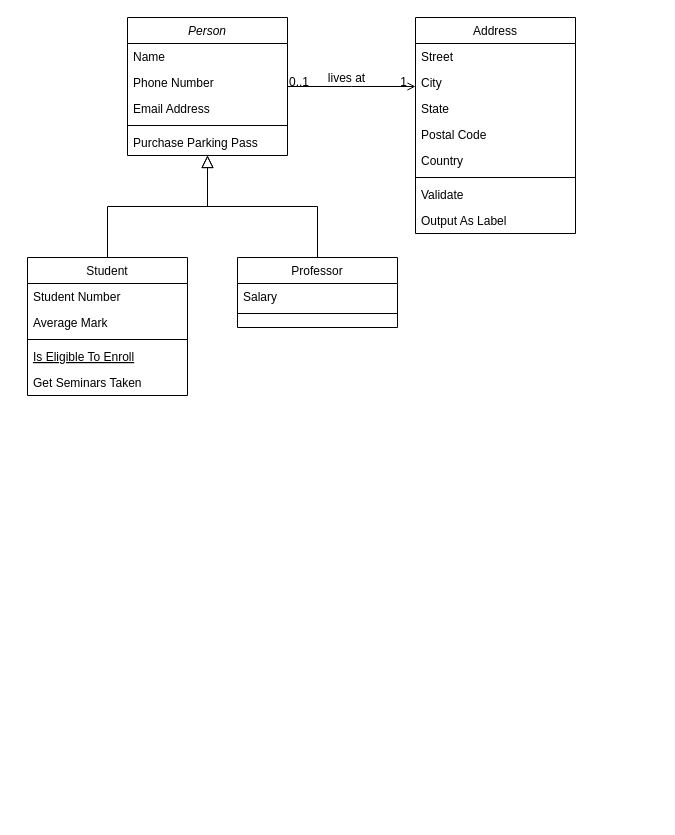
Anilsarraf/again-test keeps this draw.io diagram as Untitled Diagram.drawio. Above is the earlier version. Source tidied: cells renumbered, new cells numbered last; positions are measured from the earlier drawing's top-left corner, leaving out a move shared by most shapes. Both pictures are drawn from the tidied source at 100%, with x=0, y=0 at pixel (27, 17).
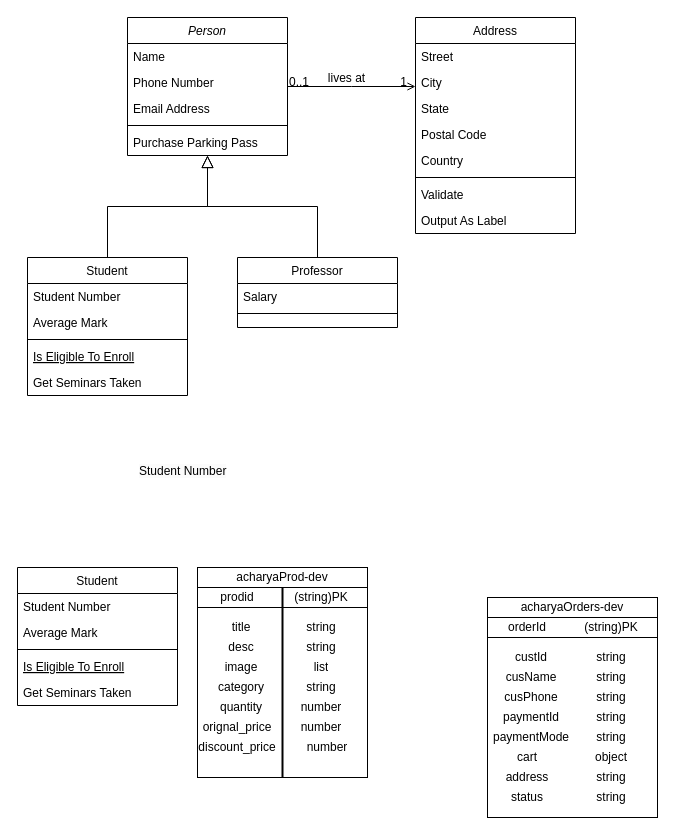
The same page after the edit.

Diff of the diagram source:
```diff
@@
+    <mxCell id="32" value="Student" style="swimlane;fontStyle=0;align=center;verticalAlign=top;horizontal=1;startSize=26;rounded=0;shadow=0;strokeWidth=1;" parent="1" vertex="1">
+      <mxGeometry x="-10" y="550" width="160" height="138" as="geometry" />
+    </mxCell>
+    <mxCell id="33" value="Student Number" style="text;align=left;verticalAlign=top;spacingLeft=4;spacingRight=4;overflow=hidden;" parent="32" vertex="1">
+      <mxGeometry y="26" width="160" height="26" as="geometry" />
+    </mxCell>
+    <mxCell id="34" value="Average Mark" style="text;align=left;verticalAlign=top;spacingLeft=4;spacingRight=4;overflow=hidden;rounded=0;shadow=0;html=0;" parent="32" vertex="1">
+      <mxGeometry y="52" width="160" height="26" as="geometry" />
+    </mxCell>
+    <mxCell id="35" style="line;html=1;strokeWidth=1;align=left;verticalAlign=middle;spacingTop=-1;spacingLeft=3;spacingRight=3;labelPosition=right;" parent="32" vertex="1">
+      <mxGeometry y="78" width="160" height="8" as="geometry" />
+    </mxCell>
+    <mxCell id="36" value="Is Eligible To Enroll" style="text;align=left;verticalAlign=top;spacingLeft=4;spacingRight=4;overflow=hidden;fontStyle=4;" parent="32" vertex="1">
+      <mxGeometry y="86" width="160" height="26" as="geometry" />
+    </mxCell>
+    <mxCell id="37" value="Get Seminars Taken" style="text;align=left;verticalAlign=top;spacingLeft=4;spacingRight=4;overflow=hidden;" parent="32" vertex="1">
+      <mxGeometry y="112" width="160" height="26" as="geometry" />
+    </mxCell>
+    <mxCell id="38" value="acharyaProd-dev" style="rounded=0;whiteSpace=wrap;html=1;" parent="1" vertex="1">
+      <mxGeometry x="170" y="550" width="170" height="20" as="geometry" />
+    </mxCell>
+    <mxCell id="39" style="rounded=0;whiteSpace=wrap;html=1;" parent="1" vertex="1">
+      <mxGeometry x="170" y="570" width="170" height="20" as="geometry" />
+    </mxCell>
+    <mxCell id="40" style="edgeStyle=orthogonalEdgeStyle;rounded=0;orthogonalLoop=1;jettySize=auto;html=1;exitX=0.5;exitY=1;exitDx=0;exitDy=0;" parent="1" edge="1" source="39" target="39">
+      <mxGeometry relative="1" as="geometry" />
+    </mxCell>
+    <mxCell id="41" style="rounded=0;whiteSpace=wrap;html=1;" parent="1" vertex="1">
+      <mxGeometry x="170" y="590" width="170" height="170" as="geometry" />
+    </mxCell>
+    <mxCell id="42" style="line;strokeWidth=2;direction=south;html=1;" parent="1" vertex="1">
+      <mxGeometry x="250" y="570" width="10" height="190" as="geometry" />
+    </mxCell>
+    <mxCell id="43" value="&lt;span style=&quot;color: rgb(0, 0, 0); font-family: Helvetica; font-size: 12px; font-style: normal; font-variant-ligatures: normal; font-variant-caps: normal; font-weight: 400; letter-spacing: normal; orphans: 2; text-align: left; text-indent: 0px; text-transform: none; widows: 2; word-spacing: 0px; -webkit-text-stroke-width: 0px; background-color: rgb(251, 251, 251); text-decoration-thickness: initial; text-decoration-style: initial; text-decoration-color: initial; float: none; display: inline !important;&quot;&gt;Student Number&lt;/span&gt;" style="text;whiteSpace=wrap;html=1;" parent="1" vertex="1">
+      <mxGeometry x="110" y="440" width="120" height="40" as="geometry" />
+    </mxCell>
+    <mxCell id="44" value="prodid" style="text;html=1;strokeColor=none;fillColor=none;align=center;verticalAlign=middle;whiteSpace=wrap;overflow=hidden;" parent="1" vertex="1">
+      <mxGeometry x="170" y="570" width="80" height="20" as="geometry" />
+    </mxCell>
+    <mxCell id="45" value="(string)PK" style="text;html=1;strokeColor=none;fillColor=none;align=center;verticalAlign=middle;whiteSpace=wrap;overflow=hidden;" parent="1" vertex="1">
+      <mxGeometry x="254" y="570" width="80" height="20" as="geometry" />
+    </mxCell>
+    <mxCell id="46" value="quantity" style="text;html=1;strokeColor=none;fillColor=none;align=center;verticalAlign=middle;whiteSpace=wrap;overflow=hidden;" parent="1" vertex="1">
+      <mxGeometry x="174" y="680" width="80" height="20" as="geometry" />
+    </mxCell>
+    <mxCell id="47" value="category" style="text;html=1;strokeColor=none;fillColor=none;align=center;verticalAlign=middle;whiteSpace=wrap;overflow=hidden;" parent="1" vertex="1">
+      <mxGeometry x="174" y="660" width="80" height="20" as="geometry" />
+    </mxCell>
+    <mxCell id="48" value="image" style="text;html=1;strokeColor=none;fillColor=none;align=center;verticalAlign=middle;whiteSpace=wrap;overflow=hidden;" parent="1" vertex="1">
+      <mxGeometry x="174" y="640" width="80" height="20" as="geometry" />
+    </mxCell>
+    <mxCell id="49" value="desc" style="text;html=1;strokeColor=none;fillColor=none;align=center;verticalAlign=middle;whiteSpace=wrap;overflow=hidden;" parent="1" vertex="1">
+      <mxGeometry x="174" y="620" width="80" height="20" as="geometry" />
+    </mxCell>
+    <mxCell id="50" value="title" style="text;html=1;strokeColor=none;fillColor=none;align=center;verticalAlign=middle;whiteSpace=wrap;overflow=hidden;" parent="1" vertex="1">
+      <mxGeometry x="174" y="600" width="80" height="20" as="geometry" />
+    </mxCell>
+    <mxCell id="51" value="string" style="text;html=1;strokeColor=none;fillColor=none;align=center;verticalAlign=middle;whiteSpace=wrap;overflow=hidden;" parent="1" vertex="1">
+      <mxGeometry x="254" y="600" width="80" height="20" as="geometry" />
+    </mxCell>
+    <mxCell id="52" value="string" style="text;html=1;strokeColor=none;fillColor=none;align=center;verticalAlign=middle;whiteSpace=wrap;overflow=hidden;" parent="1" vertex="1">
+      <mxGeometry x="254" y="620" width="80" height="20" as="geometry" />
+    </mxCell>
+    <mxCell id="53" value="list" style="text;html=1;strokeColor=none;fillColor=none;align=center;verticalAlign=middle;whiteSpace=wrap;overflow=hidden;" parent="1" vertex="1">
+      <mxGeometry x="254" y="640" width="80" height="20" as="geometry" />
+    </mxCell>
+    <mxCell id="54" value="string" style="text;html=1;strokeColor=none;fillColor=none;align=center;verticalAlign=middle;whiteSpace=wrap;overflow=hidden;" parent="1" vertex="1">
+      <mxGeometry x="254" y="660" width="80" height="20" as="geometry" />
+    </mxCell>
+    <mxCell id="55" value="number" style="text;html=1;strokeColor=none;fillColor=none;align=center;verticalAlign=middle;whiteSpace=wrap;overflow=hidden;" parent="1" vertex="1">
+      <mxGeometry x="254" y="680" width="80" height="20" as="geometry" />
+    </mxCell>
+    <mxCell id="56" value="orignal_price" style="text;html=1;strokeColor=none;fillColor=none;align=center;verticalAlign=middle;whiteSpace=wrap;overflow=hidden;" parent="1" vertex="1">
+      <mxGeometry x="170" y="700" width="80" height="20" as="geometry" />
+    </mxCell>
+    <mxCell id="57" value="number" style="text;html=1;strokeColor=none;fillColor=none;align=center;verticalAlign=middle;whiteSpace=wrap;overflow=hidden;" parent="1" vertex="1">
+      <mxGeometry x="254" y="700" width="80" height="20" as="geometry" />
+    </mxCell>
+    <mxCell id="58" value="discount_price" style="text;html=1;strokeColor=none;fillColor=none;align=center;verticalAlign=middle;whiteSpace=wrap;overflow=hidden;" parent="1" vertex="1">
+      <mxGeometry x="170" y="720" width="80" height="20" as="geometry" />
+    </mxCell>
+    <mxCell id="59" value="number" style="text;html=1;strokeColor=none;fillColor=none;align=center;verticalAlign=middle;whiteSpace=wrap;overflow=hidden;" parent="1" vertex="1">
+      <mxGeometry x="260" y="720" width="80" height="20" as="geometry" />
+    </mxCell>
+    <mxCell id="60" value="acharyaOrders-dev" style="rounded=0;whiteSpace=wrap;html=1;" parent="1" vertex="1">
+      <mxGeometry x="460" y="580" width="170" height="20" as="geometry" />
+    </mxCell>
+    <mxCell id="61" style="rounded=0;whiteSpace=wrap;html=1;" parent="1" vertex="1">
+      <mxGeometry x="460" y="600" width="170" height="20" as="geometry" />
+    </mxCell>
+    <mxCell id="62" style="edgeStyle=orthogonalEdgeStyle;rounded=0;orthogonalLoop=1;jettySize=auto;html=1;exitX=0.5;exitY=1;exitDx=0;exitDy=0;" parent="1" edge="1" source="61" target="61">
+      <mxGeometry relative="1" as="geometry" />
+    </mxCell>
+    <mxCell id="63" style="rounded=0;whiteSpace=wrap;html=1;" parent="1" vertex="1">
+      <mxGeometry x="460" y="620" width="170" height="180" as="geometry" />
+    </mxCell>
+    <mxCell id="64" style="line;strokeWidth=2;direction=south;html=1;" parent="1" vertex="1">
+      <mxGeometry x="550" y="600" height="190" as="geometry" />
+    </mxCell>
+    <mxCell id="65" value="orderId" style="text;html=1;strokeColor=none;fillColor=none;align=center;verticalAlign=middle;whiteSpace=wrap;overflow=hidden;" parent="1" vertex="1">
+      <mxGeometry x="460" y="600" width="80" height="20" as="geometry" />
+    </mxCell>
+    <mxCell id="66" value="(string)PK" style="text;html=1;strokeColor=none;fillColor=none;align=center;verticalAlign=middle;whiteSpace=wrap;overflow=hidden;" parent="1" vertex="1">
+      <mxGeometry x="544" y="600" width="80" height="20" as="geometry" />
+    </mxCell>
+    <mxCell id="67" value="paymentMode" style="text;html=1;strokeColor=none;fillColor=none;align=center;verticalAlign=middle;whiteSpace=wrap;overflow=hidden;" parent="1" vertex="1">
+      <mxGeometry x="464" y="710" width="80" height="20" as="geometry" />
+    </mxCell>
+    <mxCell id="68" value="paymentId" style="text;html=1;strokeColor=none;fillColor=none;align=center;verticalAlign=middle;whiteSpace=wrap;overflow=hidden;" parent="1" vertex="1">
+      <mxGeometry x="464" y="690" width="80" height="20" as="geometry" />
+    </mxCell>
+    <mxCell id="69" value="cusPhone" style="text;html=1;strokeColor=none;fillColor=none;align=center;verticalAlign=middle;whiteSpace=wrap;overflow=hidden;" parent="1" vertex="1">
+      <mxGeometry x="464" y="670" width="80" height="20" as="geometry" />
+    </mxCell>
+    <mxCell id="70" value="cusName" style="text;html=1;strokeColor=none;fillColor=none;align=center;verticalAlign=middle;whiteSpace=wrap;overflow=hidden;" parent="1" vertex="1">
+      <mxGeometry x="464" y="650" width="80" height="20" as="geometry" />
+    </mxCell>
+    <mxCell id="71" value="custId" style="text;html=1;strokeColor=none;fillColor=none;align=center;verticalAlign=middle;whiteSpace=wrap;overflow=hidden;" parent="1" vertex="1">
+      <mxGeometry x="464" y="630" width="80" height="20" as="geometry" />
+    </mxCell>
+    <mxCell id="72" value="string" style="text;html=1;strokeColor=none;fillColor=none;align=center;verticalAlign=middle;whiteSpace=wrap;overflow=hidden;" parent="1" vertex="1">
+      <mxGeometry x="544" y="630" width="80" height="20" as="geometry" />
+    </mxCell>
+    <mxCell id="73" value="string" style="text;html=1;strokeColor=none;fillColor=none;align=center;verticalAlign=middle;whiteSpace=wrap;overflow=hidden;" parent="1" vertex="1">
+      <mxGeometry x="544" y="650" width="80" height="20" as="geometry" />
+    </mxCell>
+    <mxCell id="74" value="string" style="text;html=1;strokeColor=none;fillColor=none;align=center;verticalAlign=middle;whiteSpace=wrap;overflow=hidden;" parent="1" vertex="1">
+      <mxGeometry x="544" y="690" width="80" height="20" as="geometry" />
+    </mxCell>
+    <mxCell id="75" value="cart" style="text;html=1;strokeColor=none;fillColor=none;align=center;verticalAlign=middle;whiteSpace=wrap;overflow=hidden;" parent="1" vertex="1">
+      <mxGeometry x="460" y="730" width="80" height="20" as="geometry" />
+    </mxCell>
+    <mxCell id="76" value="object" style="text;html=1;strokeColor=none;fillColor=none;align=center;verticalAlign=middle;whiteSpace=wrap;overflow=hidden;" parent="1" vertex="1">
+      <mxGeometry x="544" y="730" width="80" height="20" as="geometry" />
+    </mxCell>
+    <mxCell id="77" value="address" style="text;html=1;strokeColor=none;fillColor=none;align=center;verticalAlign=middle;whiteSpace=wrap;overflow=hidden;" parent="1" vertex="1">
+      <mxGeometry x="460" y="750" width="80" height="20" as="geometry" />
+    </mxCell>
+    <mxCell id="78" value="status" style="text;html=1;strokeColor=none;fillColor=none;align=center;verticalAlign=middle;whiteSpace=wrap;overflow=hidden;" parent="1" vertex="1">
+      <mxGeometry x="460" y="770" width="80" height="20" as="geometry" />
+    </mxCell>
+    <mxCell id="79" value="string" style="text;html=1;strokeColor=none;fillColor=none;align=center;verticalAlign=middle;whiteSpace=wrap;overflow=hidden;" parent="1" vertex="1">
+      <mxGeometry x="544" y="770" width="80" height="20" as="geometry" />
+    </mxCell>
+    <mxCell id="80" value="string" style="text;html=1;strokeColor=none;fillColor=none;align=center;verticalAlign=middle;whiteSpace=wrap;overflow=hidden;" parent="1" vertex="1">
+      <mxGeometry x="544" y="750" width="80" height="20" as="geometry" />
+    </mxCell>
+    <mxCell id="81" value="string" style="text;html=1;strokeColor=none;fillColor=none;align=center;verticalAlign=middle;whiteSpace=wrap;overflow=hidden;" parent="1" vertex="1">
+      <mxGeometry x="544" y="710" width="80" height="20" as="geometry" />
+    </mxCell>
+    <mxCell id="82" value="string" style="text;html=1;strokeColor=none;fillColor=none;align=center;verticalAlign=middle;whiteSpace=wrap;overflow=hidden;" parent="1" vertex="1">
+      <mxGeometry x="544" y="670" width="80" height="20" as="geometry" />
+    </mxCell>
```
